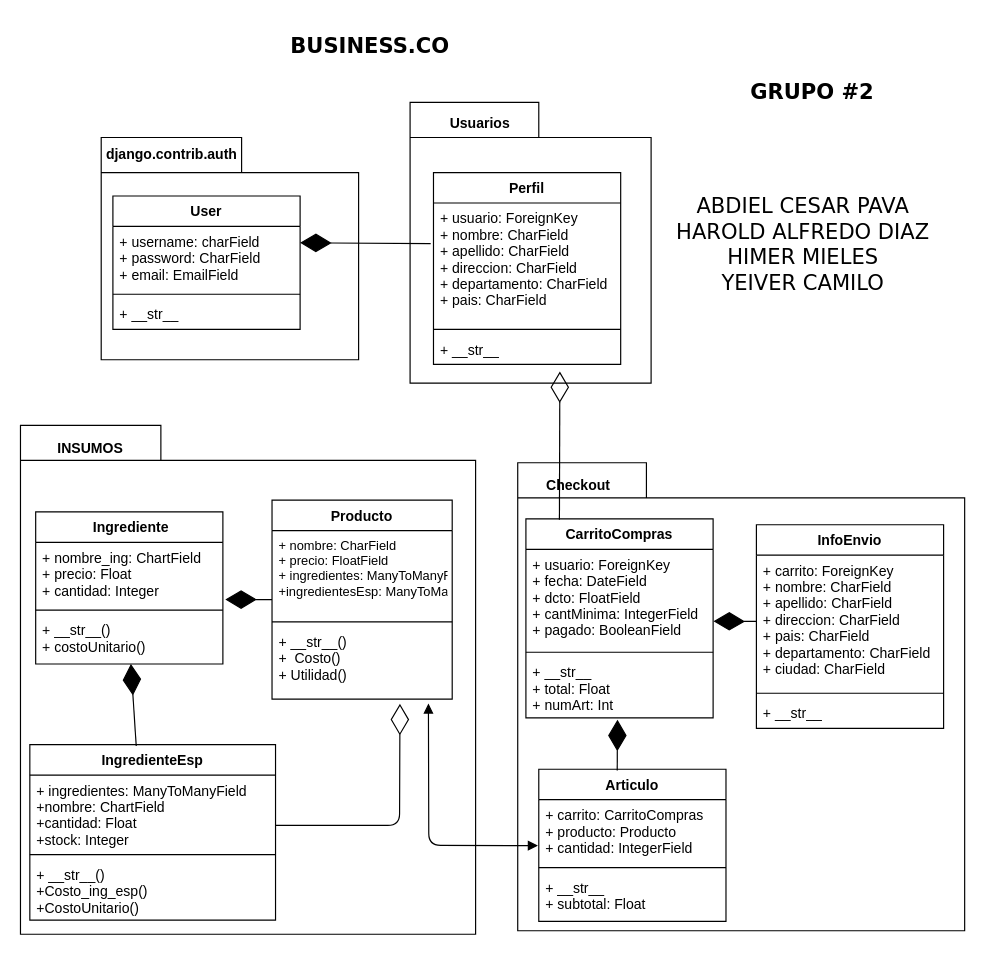
Above: Untitled Diagram.drawio in abdielpava/business_co (draw.io), before the change. Source tidied: cells renumbered, new cells numbered last; positions are measured from the earlier drawing's top-left corner, leaving out a move shared by most shapes. Both pictures are drawn from the tidied source at 117%, with x=0, y=0 at pixel (20, 20).
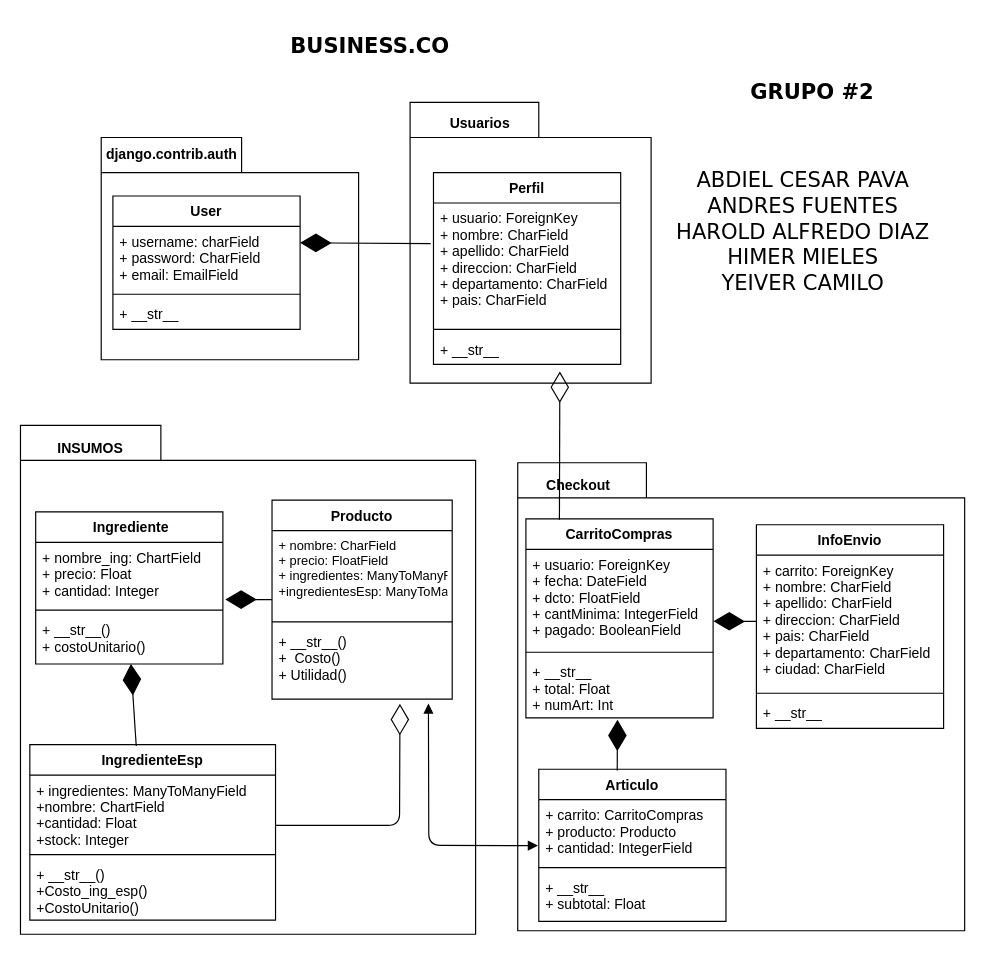
After the change.

The edit, as a diff of the source:
```diff
@@
-    <mxCell id="52" value="ABDIEL CESAR PAVA&#10;HAROLD ALFREDO DIAZ&#10;HIMER MIELES&#10;YEIVER CAMILO" style="text;align=center;fontStyle=0;verticalAlign=middle;spacingLeft=3;spacingRight=3;strokeColor=none;fontFamily=Verdana;fontSize=18;" parent="1" vertex="1">
+    <mxCell id="52" value="ABDIEL CESAR PAVA&#10;ANDRES FUENTES&#10;HAROLD ALFREDO DIAZ&#10;HIMER MIELES&#10;YEIVER CAMILO&#10;" style="text;align=center;fontStyle=0;verticalAlign=middle;spacingLeft=3;spacingRight=3;strokeColor=none;fontFamily=Verdana;fontSize=18;" parent="1" vertex="1">
       <mxGeometry x="559" y="70" width="220" height="240" as="geometry" />
     </mxCell>
```
